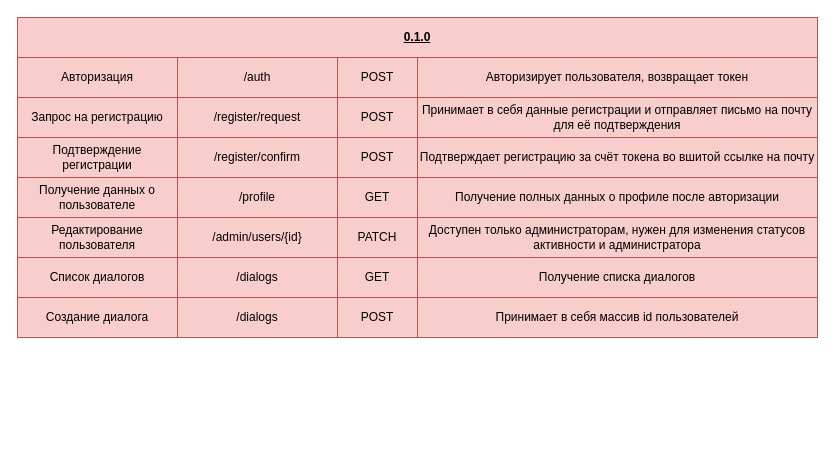
This is page "HTTP urls" (3 of 4) of docs.drawio from UlfSct/bench_be_app, a draw.io file, before an edit. Source tidied: cells renumbered, new cells numbered last; positions are measured from the earlier drawing's top-left corner, leaving out a move shared by most shapes. Both pictures are drawn from the tidied source at 100%, with x=0, y=0 at pixel (17, 17).
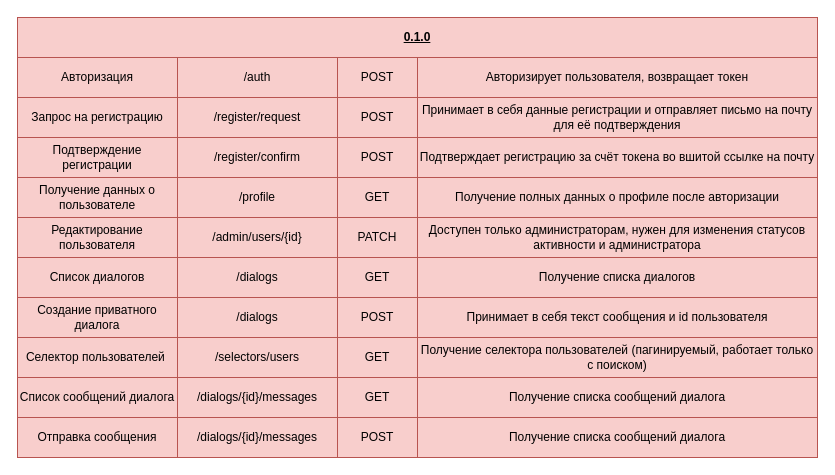
After the change.

The edit, as a diff of the source:
```diff
@@
-    <mxCell id="24" value="Создание диалога" style="rounded=0;whiteSpace=wrap;html=1;fontStyle=0;fillColor=#f8cecc;strokeColor=#b85450;" parent="1" vertex="1">
+    <mxCell id="24" value="Создание приватного диалога" style="rounded=0;whiteSpace=wrap;html=1;fontStyle=0;fillColor=#f8cecc;strokeColor=#b85450;" parent="1" vertex="1">
       <mxGeometry y="280" width="160" height="40" as="geometry" />
     </mxCell>
@@
-    <mxCell id="26" value="Принимает в себя массив id пользователей" style="rounded=0;whiteSpace=wrap;html=1;fontStyle=0;fillColor=#f8cecc;strokeColor=#b85450;" parent="1" vertex="1">
+    <mxCell id="26" value="Принимает в себя текст сообщения и id пользователя" style="rounded=0;whiteSpace=wrap;html=1;fontStyle=0;fillColor=#f8cecc;strokeColor=#b85450;" parent="1" vertex="1">
       <mxGeometry x="400" y="280" width="400" height="40" as="geometry" />
     </mxCell>
@@
+    <mxCell id="31" value="GET" style="rounded=0;whiteSpace=wrap;html=1;fontStyle=0;fillColor=#f8cecc;strokeColor=#b85450;" parent="1" vertex="1">
+      <mxGeometry x="320" y="320" width="80" height="40" as="geometry" />
+    </mxCell>
+    <mxCell id="32" value="Селектор пользователей&amp;nbsp;" style="rounded=0;whiteSpace=wrap;html=1;fontStyle=0;fillColor=#f8cecc;strokeColor=#b85450;" parent="1" vertex="1">
+      <mxGeometry y="320" width="160" height="40" as="geometry" />
+    </mxCell>
+    <mxCell id="33" value="/selectors/users" style="rounded=0;whiteSpace=wrap;html=1;fontStyle=0;fillColor=#f8cecc;strokeColor=#b85450;" parent="1" vertex="1">
+      <mxGeometry x="160" y="320" width="160" height="40" as="geometry" />
+    </mxCell>
+    <mxCell id="34" value="Получение селектора пользователей (пагинируемый, работает только с поиском)" style="rounded=0;whiteSpace=wrap;html=1;fontStyle=0;fillColor=#f8cecc;strokeColor=#b85450;" parent="1" vertex="1">
+      <mxGeometry x="400" y="320" width="400" height="40" as="geometry" />
+    </mxCell>
+    <mxCell id="35" value="GET" style="rounded=0;whiteSpace=wrap;html=1;fontStyle=0;fillColor=#f8cecc;strokeColor=#b85450;" parent="1" vertex="1">
+      <mxGeometry x="320" y="360" width="80" height="40" as="geometry" />
+    </mxCell>
+    <mxCell id="36" value="Список сообщений диалога" style="rounded=0;whiteSpace=wrap;html=1;fontStyle=0;fillColor=#f8cecc;strokeColor=#b85450;" parent="1" vertex="1">
+      <mxGeometry y="360" width="160" height="40" as="geometry" />
+    </mxCell>
+    <mxCell id="37" value="/dialogs/{id}/messages" style="rounded=0;whiteSpace=wrap;html=1;fontStyle=0;fillColor=#f8cecc;strokeColor=#b85450;" parent="1" vertex="1">
+      <mxGeometry x="160" y="360" width="160" height="40" as="geometry" />
+    </mxCell>
+    <mxCell id="38" value="Получение списка сообщений диалога" style="rounded=0;whiteSpace=wrap;html=1;fontStyle=0;fillColor=#f8cecc;strokeColor=#b85450;" parent="1" vertex="1">
+      <mxGeometry x="400" y="360" width="400" height="40" as="geometry" />
+    </mxCell>
+    <mxCell id="39" value="POST" style="rounded=0;whiteSpace=wrap;html=1;fontStyle=0;fillColor=#f8cecc;strokeColor=#b85450;" parent="1" vertex="1">
+      <mxGeometry x="320" y="400" width="80" height="40" as="geometry" />
+    </mxCell>
+    <mxCell id="40" value="Отправка сообщения" style="rounded=0;whiteSpace=wrap;html=1;fontStyle=0;fillColor=#f8cecc;strokeColor=#b85450;" parent="1" vertex="1">
+      <mxGeometry y="400" width="160" height="40" as="geometry" />
+    </mxCell>
+    <mxCell id="41" value="/dialogs/{id}/messages" style="rounded=0;whiteSpace=wrap;html=1;fontStyle=0;fillColor=#f8cecc;strokeColor=#b85450;" parent="1" vertex="1">
+      <mxGeometry x="160" y="400" width="160" height="40" as="geometry" />
+    </mxCell>
+    <mxCell id="42" value="Получение списка сообщений диалога" style="rounded=0;whiteSpace=wrap;html=1;fontStyle=0;fillColor=#f8cecc;strokeColor=#b85450;" parent="1" vertex="1">
+      <mxGeometry x="400" y="400" width="400" height="40" as="geometry" />
+    </mxCell>
```
